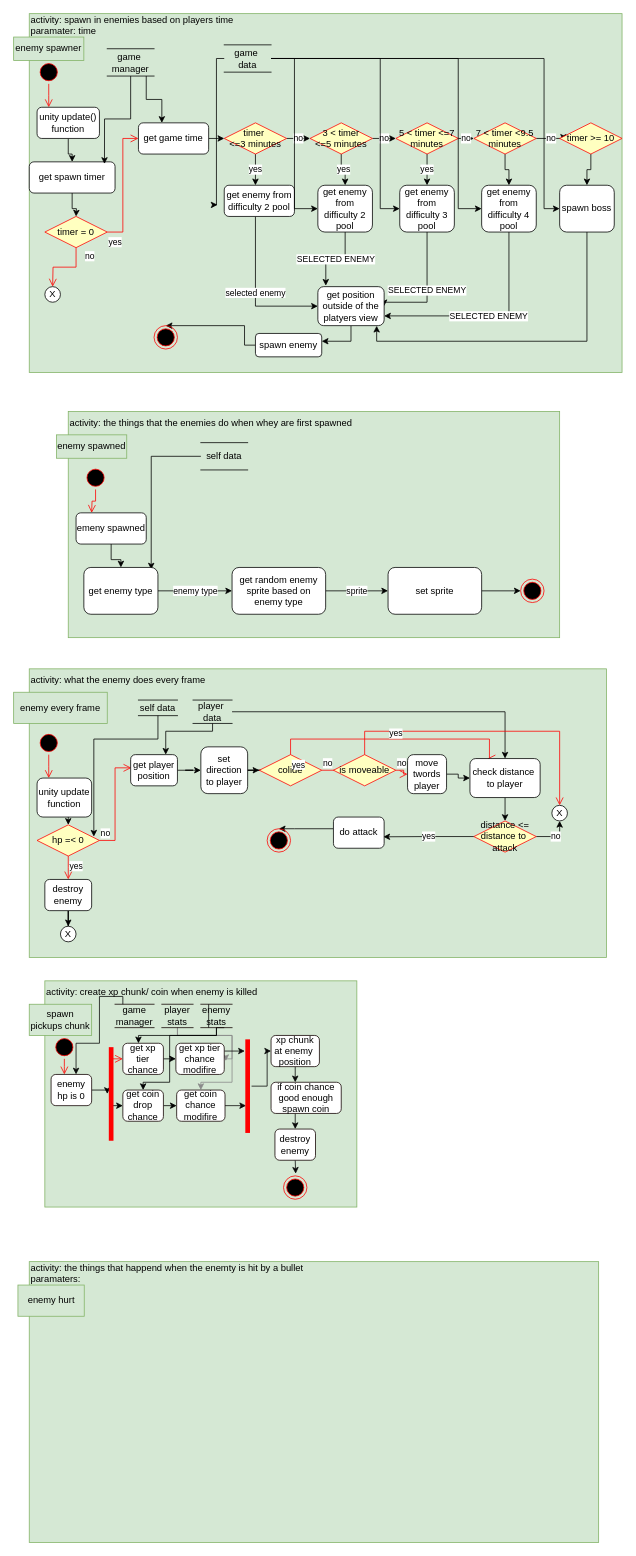
Before: page "enemies" (4 of 4) of Documentation files/activity diagram.drawio in Ulibomber1/Middlespace-Survivor, a draw.io diagram. Source tidied: cells renumbered, new cells numbered last; positions are measured from the earlier drawing's top-left corner, leaving out a move shared by most shapes. Both pictures are drawn from the tidied source at 78%, with x=0, y=0 at pixel (13, 13).
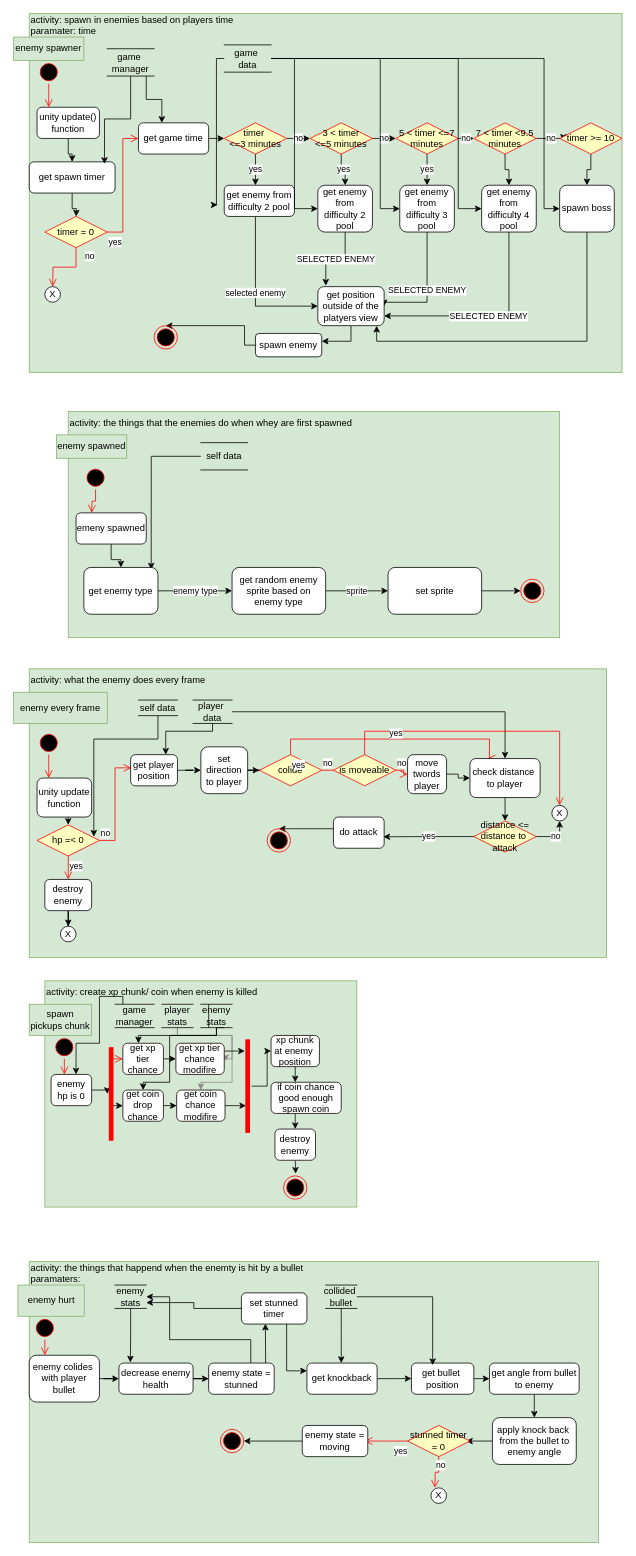
The same page after the edit.

The edit, as a diff of the source:
```diff
@@
+    <mxCell id="149" style="ellipse;html=1;shape=startState;fillColor=#000000;strokeColor=#ff0000;" parent="1" vertex="1">
+      <mxGeometry x="25" y="1670" width="30" height="30" as="geometry" />
+    </mxCell>
+    <mxCell id="150" style="edgeStyle=orthogonalEdgeStyle;html=1;verticalAlign=bottom;endArrow=open;endSize=8;strokeColor=#ff0000;rounded=0;" parent="1" edge="1" source="149">
+      <mxGeometry relative="1" as="geometry">
+        <mxPoint x="40" y="1720" as="targetPoint" />
+      </mxGeometry>
+    </mxCell>
+    <mxCell id="151" style="edgeStyle=orthogonalEdgeStyle;rounded=0;jettySize=auto;html=1;" parent="1" edge="1" source="152" target="156">
+      <mxGeometry relative="1" as="geometry" />
+    </mxCell>
+    <mxCell id="152" value="enemy colides&amp;nbsp;&lt;br&gt;with player&lt;br&gt;bullet" style="rounded=1;whiteSpace=wrap;html=1;" parent="1" vertex="1">
+      <mxGeometry x="20" y="1720" width="90" height="60" as="geometry" />
+    </mxCell>
+    <mxCell id="153" style="edgeStyle=orthogonalEdgeStyle;rounded=0;jettySize=auto;html=1;entryX=0.154;entryY=-0.02;entryDx=0;entryDy=0;entryPerimeter=0;" parent="1" edge="1" source="154" target="156">
+      <mxGeometry relative="1" as="geometry" />
+    </mxCell>
+    <mxCell id="154" value="enemy &lt;br&gt;stats" style="shape=partialRectangle;whiteSpace=wrap;html=1;left=0;right=0;fillColor=none;" parent="1" vertex="1">
+      <mxGeometry x="130" y="1630" width="40" height="30" as="geometry" />
+    </mxCell>
+    <mxCell id="155" style="edgeStyle=orthogonalEdgeStyle;rounded=0;jettySize=auto;html=1;" parent="1" edge="1" source="156" target="159">
+      <mxGeometry relative="1" as="geometry" />
+    </mxCell>
+    <mxCell id="156" value="decrease enemy health" style="whiteSpace=wrap;html=1;rounded=1;" parent="1" vertex="1">
+      <mxGeometry x="135" y="1730" width="95" height="40" as="geometry" />
+    </mxCell>
+    <mxCell id="157" style="edgeStyle=orthogonalEdgeStyle;rounded=0;jettySize=auto;html=1;entryX=1;entryY=0.5;entryDx=0;entryDy=0;" parent="1" edge="1" source="159" target="154">
+      <mxGeometry relative="1" as="geometry">
+        <Array as="points">
+          <mxPoint x="304" y="1700" />
+          <mxPoint x="200" y="1700" />
+          <mxPoint x="200" y="1645" />
+        </Array>
+      </mxGeometry>
+    </mxCell>
+    <mxCell id="158" style="edgeStyle=orthogonalEdgeStyle;rounded=0;jettySize=auto;html=1;entryX=0.366;entryY=0.989;entryDx=0;entryDy=0;entryPerimeter=0;" parent="1" edge="1" source="159" target="173">
+      <mxGeometry relative="1" as="geometry">
+        <Array as="points">
+          <mxPoint x="323" y="1720" />
+          <mxPoint x="323" y="1720" />
+        </Array>
+      </mxGeometry>
+    </mxCell>
+    <mxCell id="159" value="enemy state = stunned" style="whiteSpace=wrap;html=1;rounded=1;" parent="1" vertex="1">
+      <mxGeometry x="250" y="1730" width="84" height="40" as="geometry" />
+    </mxCell>
+    <mxCell id="160" style="edgeStyle=orthogonalEdgeStyle;rounded=0;jettySize=auto;html=1;exitX=1;exitY=0.5;exitDx=0;exitDy=0;entryX=0;entryY=0.5;entryDx=0;entryDy=0;" parent="1" edge="1" source="161" target="168">
+      <mxGeometry relative="1" as="geometry" />
+    </mxCell>
+    <mxCell id="161" value="get bullet&amp;nbsp;&lt;br&gt;position" style="rounded=1;whiteSpace=wrap;html=1;" parent="1" vertex="1">
+      <mxGeometry x="510" y="1730" width="80" height="40" as="geometry" />
+    </mxCell>
+    <mxCell id="162" style="edgeStyle=orthogonalEdgeStyle;rounded=0;jettySize=auto;html=1;" parent="1" edge="1" source="164">
+      <mxGeometry relative="1" as="geometry">
+        <mxPoint x="420" y="1730" as="targetPoint" />
+      </mxGeometry>
+    </mxCell>
+    <mxCell id="163" style="edgeStyle=orthogonalEdgeStyle;rounded=0;jettySize=auto;html=1;entryX=0.34;entryY=0.066;entryDx=0;entryDy=0;entryPerimeter=0;" parent="1" edge="1" source="164" target="161">
+      <mxGeometry relative="1" as="geometry" />
+    </mxCell>
+    <mxCell id="164" value="collided&amp;nbsp;&lt;br&gt;bullet" style="shape=partialRectangle;whiteSpace=wrap;html=1;left=0;right=0;fillColor=none;" parent="1" vertex="1">
+      <mxGeometry x="400" y="1630" width="40" height="30" as="geometry" />
+    </mxCell>
+    <mxCell id="165" style="edgeStyle=orthogonalEdgeStyle;rounded=0;jettySize=auto;html=1;exitX=1;exitY=0.5;exitDx=0;exitDy=0;" parent="1" edge="1" source="166">
+      <mxGeometry relative="1" as="geometry">
+        <mxPoint x="510" y="1749.9" as="targetPoint" />
+      </mxGeometry>
+    </mxCell>
+    <mxCell id="166" value="get knockback" style="whiteSpace=wrap;html=1;rounded=1;" parent="1" vertex="1">
+      <mxGeometry x="376" y="1730" width="90" height="40" as="geometry" />
+    </mxCell>
+    <mxCell id="167" style="edgeStyle=orthogonalEdgeStyle;rounded=0;jettySize=auto;html=1;" parent="1" edge="1" source="168" target="170">
+      <mxGeometry relative="1" as="geometry" />
+    </mxCell>
+    <mxCell id="168" value="get angle from bullet&lt;br&gt;to enemy" style="whiteSpace=wrap;html=1;rounded=1;" parent="1" vertex="1">
+      <mxGeometry x="610" y="1730" width="115" height="40" as="geometry" />
+    </mxCell>
+    <mxCell id="169" style="edgeStyle=orthogonalEdgeStyle;rounded=0;jettySize=auto;html=1;" parent="1" edge="1" source="170">
+      <mxGeometry relative="1" as="geometry">
+        <mxPoint x="580" y="1830" as="targetPoint" />
+      </mxGeometry>
+    </mxCell>
+    <mxCell id="170" value="apply knock back&amp;nbsp;&lt;br&gt;from the bullet to enemy angle" style="whiteSpace=wrap;html=1;rounded=1;" parent="1" vertex="1">
+      <mxGeometry x="613.8" y="1800" width="107.5" height="60" as="geometry" />
+    </mxCell>
+    <mxCell id="171" style="edgeStyle=orthogonalEdgeStyle;rounded=0;jettySize=auto;html=1;entryX=1;entryY=0.75;entryDx=0;entryDy=0;" parent="1" edge="1" source="173" target="154">
+      <mxGeometry relative="1" as="geometry" />
+    </mxCell>
+    <mxCell id="172" style="edgeStyle=orthogonalEdgeStyle;rounded=0;jettySize=auto;html=1;entryX=0;entryY=0.25;entryDx=0;entryDy=0;" parent="1" edge="1" source="173" target="166">
+      <mxGeometry relative="1" as="geometry">
+        <Array as="points">
+          <mxPoint x="350" y="1740" />
+        </Array>
+      </mxGeometry>
+    </mxCell>
+    <mxCell id="173" value="set stunned timer" style="whiteSpace=wrap;html=1;rounded=1;" parent="1" vertex="1">
+      <mxGeometry x="292" y="1640" width="84" height="40" as="geometry" />
+    </mxCell>
+    <mxCell id="174" value="stunned timer&lt;br&gt;= 0" style="rhombus;whiteSpace=wrap;html=1;fillColor=#ffffc0;strokeColor=#ff0000;" parent="1" vertex="1">
+      <mxGeometry x="505" y="1810" width="80" height="40" as="geometry" />
+    </mxCell>
+    <mxCell id="175" value="no" style="edgeStyle=orthogonalEdgeStyle;html=1;align=left;verticalAlign=bottom;endArrow=open;endSize=8;strokeColor=#ff0000;rounded=0;" parent="1" edge="1" source="174">
+      <mxGeometry x="0.11" relative="1" as="geometry">
+        <mxPoint x="540" y="1890" as="targetPoint" />
+      </mxGeometry>
+    </mxCell>
+    <mxCell id="176" value="yes" style="edgeStyle=orthogonalEdgeStyle;html=1;align=left;verticalAlign=top;endArrow=open;endSize=8;strokeColor=#ff0000;rounded=0;" parent="1" edge="1" source="174">
+      <mxGeometry x="-0.33" relative="1" as="geometry">
+        <mxPoint x="450" y="1830" as="targetPoint" />
+      </mxGeometry>
+    </mxCell>
+    <mxCell id="177" style="edgeStyle=orthogonalEdgeStyle;rounded=0;jettySize=auto;html=1;entryX=1;entryY=0.5;entryDx=0;entryDy=0;" parent="1" edge="1" source="178" target="180">
+      <mxGeometry relative="1" as="geometry" />
+    </mxCell>
+    <mxCell id="178" value="enemy state = moving" style="whiteSpace=wrap;html=1;rounded=1;" parent="1" vertex="1">
+      <mxGeometry x="370" y="1810" width="84" height="40" as="geometry" />
+    </mxCell>
+    <mxCell id="179" value="X" style="ellipse;whiteSpace=wrap;html=1;" parent="1" vertex="1">
+      <mxGeometry x="535" y="1890" width="20" height="20" as="geometry" />
+    </mxCell>
+    <mxCell id="180" style="ellipse;html=1;shape=endState;fillColor=#000000;strokeColor=#ff0000;" parent="1" vertex="1">
+      <mxGeometry x="265" y="1815" width="30" height="30" as="geometry" />
+    </mxCell>
```
